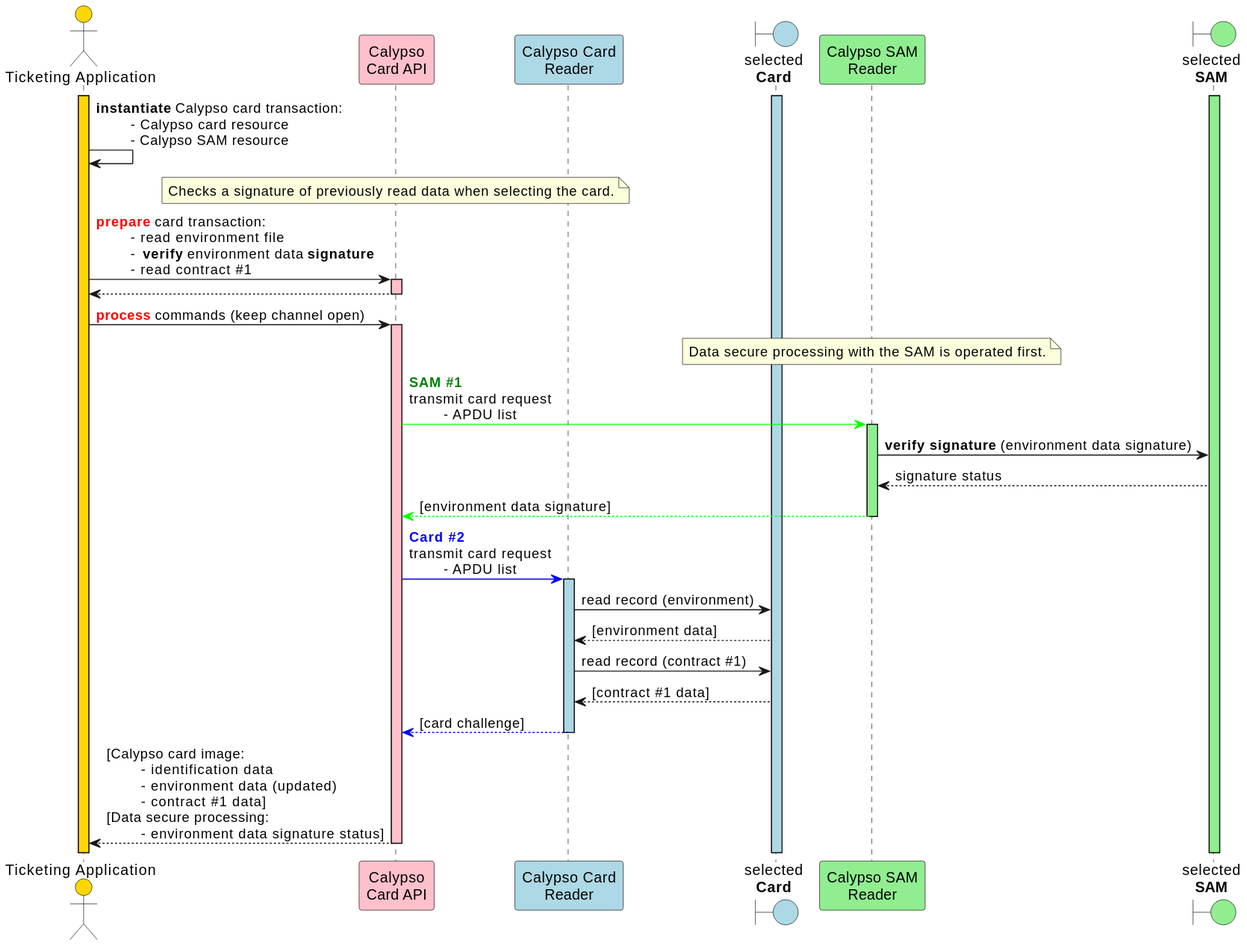
This is static/media/specifications/calypso_transaction_DSP_outside_session_sequence_diagram.svg from calypsonet/calypsonet-terminal-api-website, a PlantUML export, as it was before one commit. Its diagram source:
```plantuml
@startuml
skinparam ClassBorderColor #D4AC0D
skinparam stereotypeABorderColor #A9DCDF
skinparam stereotypeIBorderColor #B4A7E5
skinparam stereotypeCBorderColor #ADD1B2
skinparam stereotypeEBorderColor #EB93DF
skinparam shadowing false

skinparam StateBorderColor #D4AC0D
skinparam ActivityBorderColor #D4AC0D

skinparam ClassBackgroundColor<<red>> #FDEDEC
skinparam ClassBorderColor<<red>> #E74C3C
hide <<red>> stereotype
skinparam ClassBackgroundColor<<purple>> #F4ECF7
skinparam ClassBorderColor<<purple>> #8E44AD
hide <<purple>> stereotype
skinparam ClassBackgroundColor<<blue>> #EBF5FB
skinparam ClassBorderColor<<blue>> #3498DB
hide <<blue>> stereotype
skinparam ClassBackgroundColor<<green>> #EAFAF1
skinparam ClassBorderColor<<green>> #2ECC71
hide <<green>> stereotype

skinparam ClassBackgroundColor<<orange>> #FDF2E9
skinparam ClassBorderColor<<orange>> #E67E22
hide <<orange>> stereotype

skinparam ClassBackgroundColor<<grey>> #EAECEE
skinparam ClassBorderColor<<grey>> #2C3E50
hide <<grey>> stereotype

actor "Ticketing Application" as app #gold
participant "Calypso\nCard API" as capi #pink
participant "Calypso Card\nReader" as cardReader #lightBlue
boundary "selected\n**Card**" as card #lightBlue
participant "Calypso SAM\nReader" as samReader #lightGreen
boundary "selected\n**SAM**" as sam #lightGreen

activate app #gold
activate card #lightBlue
activate sam #lightGreen

app->app: **instantiate** Calypso card transaction:\n\t- Calypso card resource\n\t- Calypso SAM resource

note over capi
    Checks a signature of previously read data when selecting the card.
end note

app->capi: <font color=red>**prepare**</font> card transaction:\n\t- read environment file\n\t- **verify** environment data **signature**\n\t- read contract #1
activate capi  #pink
capi-->app
deactivate capi

app->capi: <font color=red>**process**</font> commands (keep channel open)
activate capi  #pink

note over samReader
    Data secure processing with the SAM is operated first.
end note

capi-[#00FF00]>samReader: <font color=green>**SAM #1**<font color=red>\ntransmit card request\n\t- APDU list
activate samReader #lightGreen
samReader->sam: **verify signature** (environment data signature)
sam-->samReader: signature status

samReader-[#00FF00]->capi: [environment data signature]
deactivate samReader

capi-[#0000FF]>cardReader: <font color=blue>**Card #2**</font>\ntransmit card request\n\t- APDU list
activate cardReader #lightBlue

    cardReader->card: read record (environment)
    card-->cardReader: [environment data]
    cardReader->card: read record (contract #1)
    card-->cardReader: [contract #1 data]

cardReader--[#0000FF]>capi: [card challenge]
deactivate cardReader

capi-->app: [Calypso card image:\n\t- identification data\n\t- environment data (updated)\n\t- contract #1 data]\n[Data secure processing:\n\t- environment data signature status]
deactivate capi

deactivate samReader
deactivate capi
@enduml
```
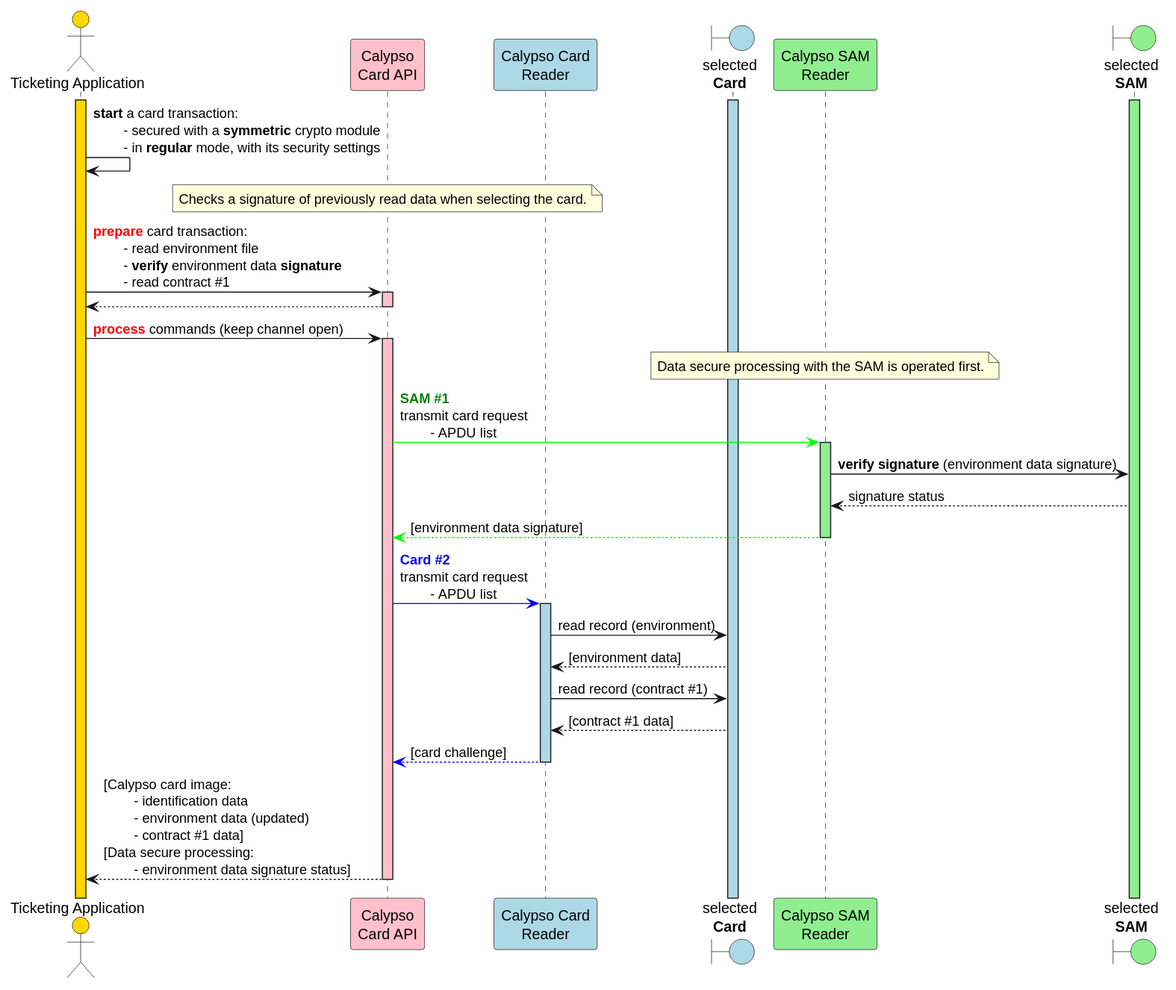
Later version of the same file.

Diff of the diagram source:
```diff
@@ -41,7 +41,7 @@
 activate card #lightBlue
 activate sam #lightGreen
 
-app->app: **instantiate** Calypso card transaction:\n\t- Calypso card resource\n\t- Calypso SAM resource
+app->app: **start** a card transaction:\n\t- secured with a **symmetric** crypto module\n\t- in **regular** mode, with its security settings
 
 note over capi
     Checks a signature of previously read data when selecting the card.
```
